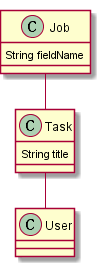
Before: models/v2.png, a diagram exported from PlantUML (lsfoo/share-task).
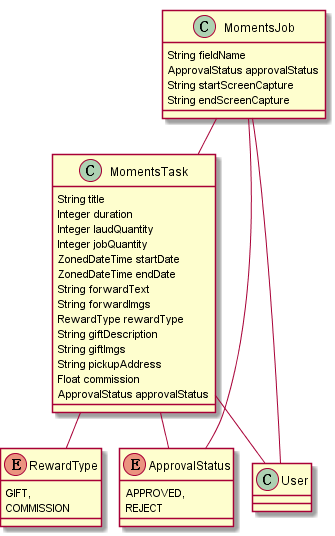
Later version of the same file.

The edit, as a diff of the source:
```diff
@@ -1,14 +1,42 @@
 @startuml
 	!pragma graphviz_dot jdot
 	!pragma syntax class
-	class Task  {
+	class MomentsTask  {
 		String title
+		Integer duration
+		Integer laudQuantity
+		Integer jobQuantity
+		ZonedDateTime startDate
+		ZonedDateTime endDate
+		String forwardText
+		String forwardImgs
+		RewardType rewardType
+		String giftDescription
+		String giftImgs
+		String pickupAddress
+		Float commission
+		ApprovalStatus approvalStatus
 	}
-	class Job  {
+	MomentsTask ..> RewardType
+	MomentsTask ..> ApprovalStatus
+	enum RewardType {
+		GIFT,
+		COMMISSION
+	}
+	enum ApprovalStatus {
+		APPROVED,
+		REJECT
+	}
+	class MomentsJob  {
 		String fieldName
+		ApprovalStatus approvalStatus
+		String startScreenCapture
+		String endScreenCapture
 	}
-	Job  "task(title) 0..* " o-- "0..1 "  Task
-	Task  "user(login) 0..* " o-- "0..1 "  User
+	MomentsJob ..> ApprovalStatus
+	MomentsJob  "task(title) 0..* " o-- "0..1 "  MomentsTask
+	MomentsTask  "user(login) 0..* " o-- "0..1 "  User
+	MomentsJob  "user(login) 0..* " o-- "0..1 "  User
 	class User  {
 	}
 @enduml
```
